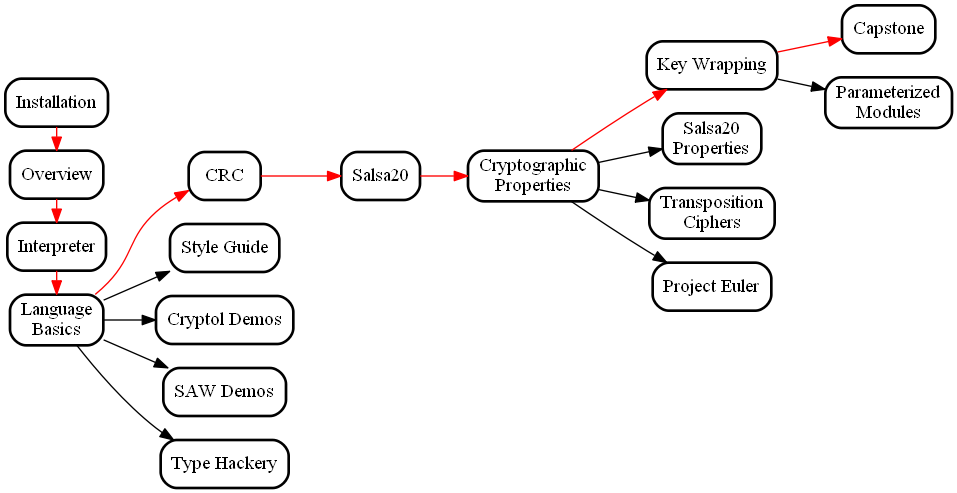
Earlier version of the Graphviz export misc/CryptolCourse.gv.png (weaversa/cryptol-course). Its source is kept beside it as misc/CryptolCourse.gv.
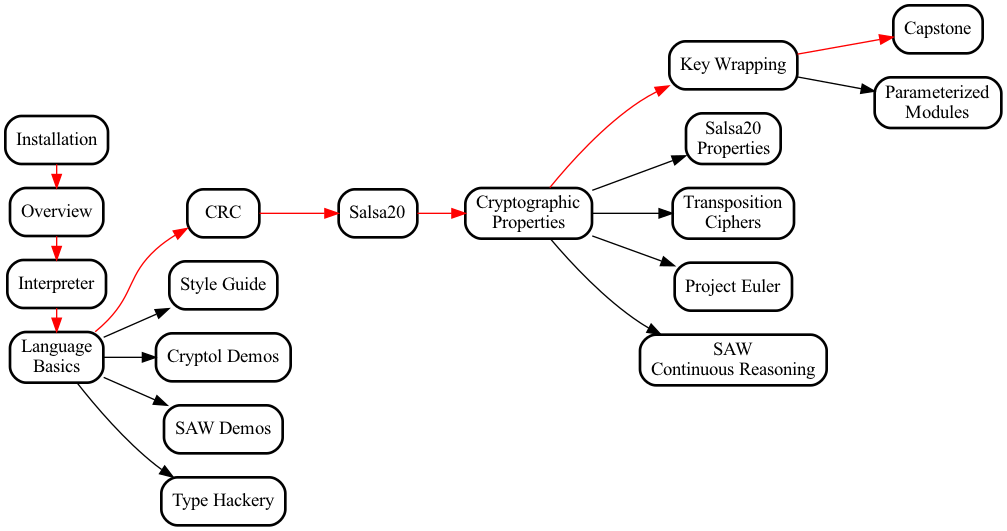
Later version of the same file.

Commit message:
Updated course workflow diagram

What changed in the source:
```diff
@@ -26,6 +26,7 @@
   Salsa20Properties          [URL="../labs/Salsa20/Salsa20Props.html"];
   TranspositionCiphers       [URL="../labs/Transposition/Contents.html"];
   ProjectEuler               [URL="../labs/ProjectEuler/ProjectEuler.html"];
+  ContinuousReasoning        [URL="../labs/SAW/SAW.html"];
   ParameterizedModules       [URL="../labs/SimonSpeck/SimonSpeck.html"];
 
 
@@ -38,6 +39,7 @@
   TranspositionCiphers       [label = "Transposition\nCiphers"]
   ParameterizedModules       [label = "Parameterized\nModules"]
   Salsa20Properties          [label = "Salsa20\nProperties"]
+  ContinuousReasoning        [label = "SAW\nContinuous Reasoning"];
   StyleGuide                 [label = "Style Guide"]
   ProjectEuler               [label = "Project Euler"]
 
@@ -61,6 +63,7 @@
   CryptographicProperties -> Salsa20Properties;
   CryptographicProperties -> TranspositionCiphers;
   CryptographicProperties -> ProjectEuler;
+  CryptographicProperties -> ContinuousReasoning
   KeyWrapping -> ParameterizedModules;
 
 
@@ -87,6 +90,7 @@
     Salsa20Properties;
     TranspositionCiphers;
     ProjectEuler;
+    ContinuousReasoning;
   }
 
   {
```
